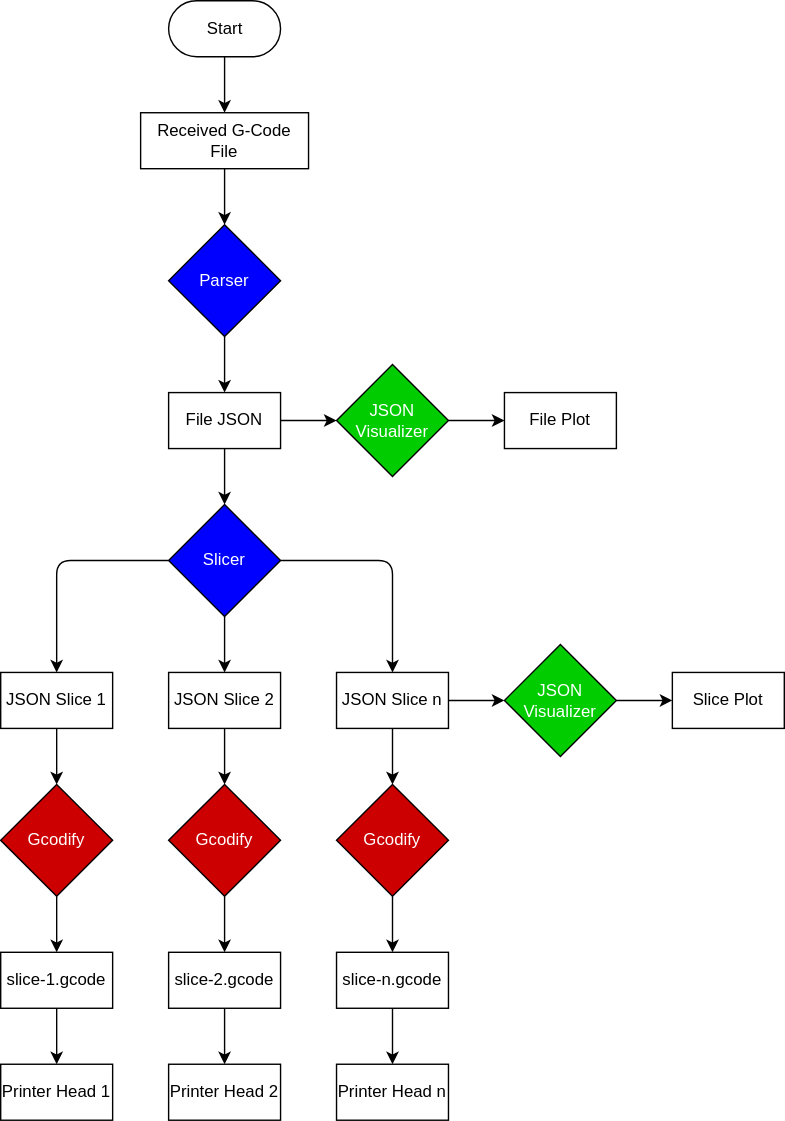
This is documentation/Flowchart.svg from antoniopgs/FabInventors, a draw.io export, as it was before one commit. Source tidied: cells renumbered, new cells last; positions are measured from the earlier drawing's top-left corner, leaving out a move shared by most shapes. Source of this version:
```xml
<mxGraphModel>
  <root>
    <mxCell id="0" />
    <mxCell id="1" parent="0" />
    <mxCell id="2" style="group;" parent="1" vertex="1">
      <mxGeometry width="560" height="800" as="geometry" />
    </mxCell>
    <mxCell id="3" value="Start" style="html=1;dashed=0;whitespace=wrap;shape=mxgraph.dfd.start;" parent="2" vertex="1">
      <mxGeometry x="120" width="80" height="40" as="geometry" />
    </mxCell>
    <mxCell id="4" style="endArrow=classic;html=1;entryX=0.5;entryY=0;entryDx=0;entryDy=0;exitX=0.5;exitY=0.5;exitDx=0;exitDy=20;exitPerimeter=0;" parent="2" edge="1" source="3" target="5">
      <mxGeometry relative="1" as="geometry" />
    </mxCell>
    <mxCell id="5" value="Received G-Code File" style="rounded=0;whiteSpace=wrap;html=1;" parent="2" vertex="1">
      <mxGeometry x="100" y="80" width="120" height="40" as="geometry" />
    </mxCell>
    <mxCell id="6" style="endArrow=classic;html=1;fontColor=#FFFFFF;exitX=0.5;exitY=1;exitDx=0;exitDy=0;entryX=0.5;entryY=0;entryDx=0;entryDy=0;" parent="2" edge="1" source="5" target="7">
      <mxGeometry relative="1" as="geometry" />
    </mxCell>
    <mxCell id="7" value="&lt;font style=&quot;font-size: 12px&quot;&gt;Parser&lt;/font&gt;" style="rhombus;whiteSpace=wrap;html=1;fillColor=#0000FF;fontColor=#FFFFFF;" parent="2" vertex="1">
      <mxGeometry x="120" y="160" width="80" height="80" as="geometry" />
    </mxCell>
    <mxCell id="8" value="&lt;font style=&quot;font-size: 12px&quot;&gt;JSON&lt;br&gt;Visualizer&lt;/font&gt;" style="rhombus;whiteSpace=wrap;html=1;fontColor=#FFFFFF;fillColor=#00CC00;" parent="2" vertex="1">
      <mxGeometry x="240" y="260" width="80" height="80" as="geometry" />
    </mxCell>
    <mxCell id="9" value="&lt;font style=&quot;font-size: 12px&quot;&gt;File Plot&lt;/font&gt;" style="rounded=0;whiteSpace=wrap;html=1;" parent="2" vertex="1">
      <mxGeometry x="360" y="280" width="80" height="40" as="geometry" />
    </mxCell>
    <mxCell id="10" value="&lt;font style=&quot;font-size: 12px&quot;&gt;File JSON&lt;/font&gt;" style="rounded=0;whiteSpace=wrap;html=1;" parent="2" vertex="1">
      <mxGeometry x="120" y="280" width="80" height="40" as="geometry" />
    </mxCell>
    <mxCell id="11" style="endArrow=classic;html=1;fontColor=#FFFFFF;exitX=0.5;exitY=1;exitDx=0;exitDy=0;entryX=0.5;entryY=0;entryDx=0;entryDy=0;" parent="2" edge="1" source="7" target="10">
      <mxGeometry relative="1" as="geometry" />
    </mxCell>
    <mxCell id="12" style="endArrow=classic;html=1;fontColor=#FFFFFF;exitX=1;exitY=0.5;exitDx=0;exitDy=0;entryX=0;entryY=0.5;entryDx=0;entryDy=0;" parent="2" edge="1" source="10" target="8">
      <mxGeometry relative="1" as="geometry" />
    </mxCell>
    <mxCell id="13" style="endArrow=classic;html=1;fontColor=#FFFFFF;exitX=1;exitY=0.5;exitDx=0;exitDy=0;entryX=0;entryY=0.5;entryDx=0;entryDy=0;" parent="2" edge="1" source="8" target="9">
      <mxGeometry relative="1" as="geometry" />
    </mxCell>
    <mxCell id="14" value="&lt;font style=&quot;font-size: 12px&quot;&gt;Slicer&lt;/font&gt;" style="rhombus;whiteSpace=wrap;html=1;fontColor=#FFFFFF;fillColor=#0000FF;" parent="2" vertex="1">
      <mxGeometry x="120" y="360" width="80" height="80" as="geometry" />
    </mxCell>
    <mxCell id="15" value="&lt;font style=&quot;font-size: 12px&quot;&gt;JSON Slice 1&lt;/font&gt;" style="rounded=0;whiteSpace=wrap;html=1;" parent="2" vertex="1">
      <mxGeometry y="480" width="80" height="40" as="geometry" />
    </mxCell>
    <mxCell id="16" value="&lt;font&gt;&lt;font style=&quot;font-size: 12px&quot;&gt;JSON Slice 2&lt;/font&gt;&lt;br&gt;&lt;/font&gt;" style="rounded=0;whiteSpace=wrap;html=1;" parent="2" vertex="1">
      <mxGeometry x="120" y="480" width="80" height="40" as="geometry" />
    </mxCell>
    <mxCell id="17" value="&lt;font&gt;&lt;font style=&quot;font-size: 12px&quot;&gt;JSON Slice n&lt;/font&gt;&lt;br&gt;&lt;/font&gt;" style="rounded=0;whiteSpace=wrap;html=1;" parent="2" vertex="1">
      <mxGeometry x="240" y="480" width="80" height="40" as="geometry" />
    </mxCell>
    <mxCell id="18" style="endArrow=classic;html=1;fontColor=#FFFFFF;exitX=0.5;exitY=1;exitDx=0;exitDy=0;entryX=0.5;entryY=0;entryDx=0;entryDy=0;" parent="2" edge="1" source="14" target="16">
      <mxGeometry relative="1" as="geometry" />
    </mxCell>
    <mxCell id="19" style="endArrow=classic;html=1;fontColor=#FFFFFF;exitX=0;exitY=0.5;exitDx=0;exitDy=0;entryX=0.5;entryY=0;entryDx=0;entryDy=0;" parent="2" edge="1" source="14" target="15">
      <mxGeometry relative="1" as="geometry">
        <Array as="points">
          <mxPoint x="40" y="400" />
        </Array>
      </mxGeometry>
    </mxCell>
    <mxCell id="20" style="endArrow=classic;html=1;fontColor=#FFFFFF;exitX=1;exitY=0.5;exitDx=0;exitDy=0;entryX=0.5;entryY=0;entryDx=0;entryDy=0;" parent="2" edge="1" source="14" target="17">
      <mxGeometry relative="1" as="geometry">
        <Array as="points">
          <mxPoint x="280" y="400" />
        </Array>
      </mxGeometry>
    </mxCell>
    <mxCell id="21" value="&lt;font style=&quot;font-size: 12px&quot;&gt;Gcodify&lt;br&gt;&lt;/font&gt;" style="rhombus;whiteSpace=wrap;html=1;fontColor=#FFFFFF;fillColor=#CC0000;" parent="2" vertex="1">
      <mxGeometry y="560" width="80" height="80" as="geometry" />
    </mxCell>
    <mxCell id="22" style="endArrow=classic;html=1;fontColor=#FFFFFF;exitX=0.5;exitY=1;exitDx=0;exitDy=0;entryX=0.5;entryY=0;entryDx=0;entryDy=0;" parent="2" edge="1" source="16" target="38">
      <mxGeometry relative="1" as="geometry" />
    </mxCell>
    <mxCell id="23" style="endArrow=classic;html=1;fontColor=#FFFFFF;exitX=0.5;exitY=1;exitDx=0;exitDy=0;entryX=0.5;entryY=0;entryDx=0;entryDy=0;" parent="2" edge="1" source="17" target="39">
      <mxGeometry relative="1" as="geometry" />
    </mxCell>
    <mxCell id="24" style="endArrow=classic;html=1;fontColor=#FFFFFF;exitX=0.5;exitY=1;exitDx=0;exitDy=0;entryX=0.5;entryY=0;entryDx=0;entryDy=0;" parent="2" edge="1" source="15" target="21">
      <mxGeometry relative="1" as="geometry" />
    </mxCell>
    <mxCell id="25" value="&lt;font style=&quot;font-size: 12px&quot;&gt;slice-1.gcode&lt;/font&gt;" style="rounded=0;whiteSpace=wrap;html=1;" parent="2" vertex="1">
      <mxGeometry y="680" width="80" height="40" as="geometry" />
    </mxCell>
    <mxCell id="26" value="&lt;font style=&quot;font-size: 12px&quot;&gt;slice-2.gcode&lt;/font&gt;" style="rounded=0;whiteSpace=wrap;html=1;" parent="2" vertex="1">
      <mxGeometry x="120" y="680" width="80" height="40" as="geometry" />
    </mxCell>
    <mxCell id="27" value="&lt;font style=&quot;font-size: 12px&quot;&gt;slice-n.gcode&lt;/font&gt;" style="rounded=0;whiteSpace=wrap;html=1;" parent="2" vertex="1">
      <mxGeometry x="240" y="680" width="80" height="40" as="geometry" />
    </mxCell>
    <mxCell id="28" style="endArrow=classic;html=1;fontColor=#FFFFFF;exitX=0.5;exitY=1;exitDx=0;exitDy=0;entryX=0.5;entryY=0;entryDx=0;entryDy=0;" parent="2" edge="1" source="21" target="25">
      <mxGeometry relative="1" as="geometry" />
    </mxCell>
    <mxCell id="29" style="endArrow=classic;html=1;fontColor=#FFFFFF;exitX=0.5;exitY=1;exitDx=0;exitDy=0;entryX=0.5;entryY=0;entryDx=0;entryDy=0;" parent="2" edge="1" source="38" target="26">
      <mxGeometry relative="1" as="geometry" />
    </mxCell>
    <mxCell id="30" style="endArrow=classic;html=1;fontColor=#FFFFFF;exitX=0.5;exitY=1;exitDx=0;exitDy=0;entryX=0.5;entryY=0;entryDx=0;entryDy=0;" parent="2" edge="1" source="39" target="27">
      <mxGeometry relative="1" as="geometry" />
    </mxCell>
    <mxCell id="31" value="&lt;font style=&quot;font-size: 12px&quot;&gt;Printer Head 1&lt;/font&gt;" style="rounded=0;whiteSpace=wrap;html=1;" parent="2" vertex="1">
      <mxGeometry y="760" width="80" height="40" as="geometry" />
    </mxCell>
    <mxCell id="32" value="&lt;font style=&quot;font-size: 12px&quot;&gt;Printer Head 2&lt;/font&gt;" style="rounded=0;whiteSpace=wrap;html=1;" parent="2" vertex="1">
      <mxGeometry x="120" y="760" width="80" height="40" as="geometry" />
    </mxCell>
    <mxCell id="33" value="&lt;font&gt;&lt;font style=&quot;font-size: 12px&quot;&gt;Printer Head n&lt;/font&gt;&lt;br&gt;&lt;/font&gt;" style="rounded=0;whiteSpace=wrap;html=1;" parent="2" vertex="1">
      <mxGeometry x="240" y="760" width="80" height="40" as="geometry" />
    </mxCell>
    <mxCell id="34" style="endArrow=classic;html=1;fontColor=#FFFFFF;exitX=0.5;exitY=1;exitDx=0;exitDy=0;entryX=0.5;entryY=0;entryDx=0;entryDy=0;" parent="2" edge="1" source="25" target="31">
      <mxGeometry relative="1" as="geometry" />
    </mxCell>
    <mxCell id="35" style="endArrow=classic;html=1;fontColor=#FFFFFF;exitX=0.5;exitY=1;exitDx=0;exitDy=0;entryX=0.5;entryY=0;entryDx=0;entryDy=0;" parent="2" edge="1" source="26" target="32">
      <mxGeometry relative="1" as="geometry" />
    </mxCell>
    <mxCell id="36" style="endArrow=classic;html=1;fontColor=#FFFFFF;exitX=0.5;exitY=1;exitDx=0;exitDy=0;entryX=0.5;entryY=0;entryDx=0;entryDy=0;" parent="2" edge="1" source="27" target="33">
      <mxGeometry relative="1" as="geometry" />
    </mxCell>
    <mxCell id="37" style="endArrow=classic;html=1;fontColor=#FFFFFF;exitX=0.5;exitY=1;exitDx=0;exitDy=0;entryX=0.5;entryY=0;entryDx=0;entryDy=0;" parent="2" edge="1" source="10" target="14">
      <mxGeometry relative="1" as="geometry" />
    </mxCell>
    <mxCell id="38" value="&lt;font style=&quot;font-size: 12px&quot;&gt;Gcodify&lt;br&gt;&lt;/font&gt;" style="rhombus;whiteSpace=wrap;html=1;fontColor=#FFFFFF;fillColor=#CC0000;" parent="2" vertex="1">
      <mxGeometry x="120" y="560" width="80" height="80" as="geometry" />
    </mxCell>
    <mxCell id="39" value="&lt;font style=&quot;font-size: 12px&quot;&gt;Gcodify&lt;br&gt;&lt;/font&gt;" style="rhombus;whiteSpace=wrap;html=1;fontColor=#FFFFFF;fillColor=#CC0000;" parent="2" vertex="1">
      <mxGeometry x="240" y="560" width="80" height="80" as="geometry" />
    </mxCell>
    <mxCell id="40" style="endArrow=classic;html=1;fontColor=#FFFFFF;exitX=1;exitY=0.5;exitDx=0;exitDy=0;entryX=0;entryY=0.5;entryDx=0;entryDy=0;" parent="2" edge="1" source="17" target="41">
      <mxGeometry relative="1" as="geometry" />
    </mxCell>
    <mxCell id="41" value="&lt;font style=&quot;font-size: 12px&quot;&gt;JSON&lt;br&gt;Visualizer&lt;/font&gt;" style="rhombus;whiteSpace=wrap;html=1;fontColor=#FFFFFF;fillColor=#00CC00;" parent="2" vertex="1">
      <mxGeometry x="360" y="460" width="80" height="80" as="geometry" />
    </mxCell>
    <mxCell id="42" style="endArrow=classic;html=1;fontColor=#FFFFFF;exitX=1;exitY=0.5;exitDx=0;exitDy=0;entryX=0;entryY=0.5;entryDx=0;entryDy=0;" parent="2" edge="1" source="41" target="43">
      <mxGeometry relative="1" as="geometry" />
    </mxCell>
    <mxCell id="43" value="Slice Plot" style="rounded=0;whiteSpace=wrap;html=1;" parent="2" vertex="1">
      <mxGeometry x="480" y="480" width="80" height="40" as="geometry" />
    </mxCell>
  </root>
</mxGraphModel>
```
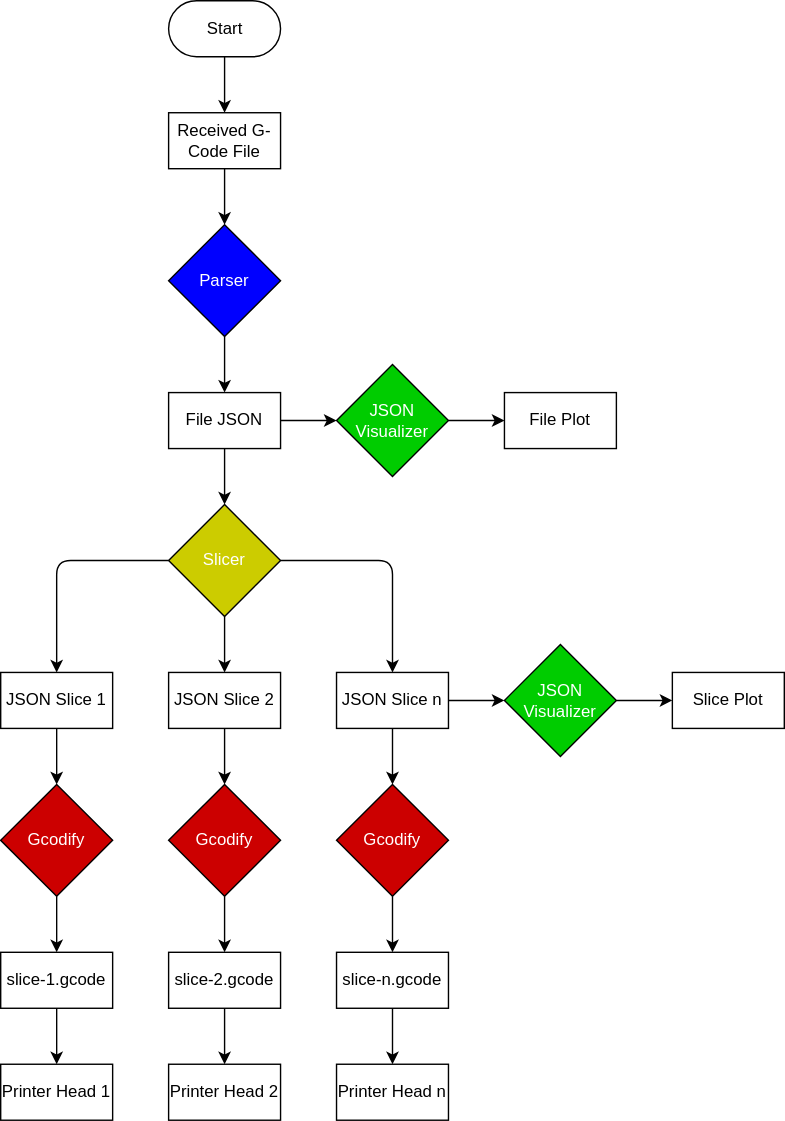
After the commit.

Change to the diagram source:
```diff
@@ -12,7 +12,7 @@
       <mxGeometry relative="1" as="geometry" />
     </mxCell>
     <mxCell id="5" value="Received G-Code File" style="rounded=0;whiteSpace=wrap;html=1;" parent="2" vertex="1">
-      <mxGeometry x="100" y="80" width="120" height="40" as="geometry" />
+      <mxGeometry x="120" y="80" width="80" height="40" as="geometry" />
     </mxCell>
     <mxCell id="6" style="endArrow=classic;html=1;fontColor=#FFFFFF;exitX=0.5;exitY=1;exitDx=0;exitDy=0;entryX=0.5;entryY=0;entryDx=0;entryDy=0;" parent="2" edge="1" source="5" target="7">
       <mxGeometry relative="1" as="geometry" />
@@ -38,7 +38,7 @@
     <mxCell id="13" style="endArrow=classic;html=1;fontColor=#FFFFFF;exitX=1;exitY=0.5;exitDx=0;exitDy=0;entryX=0;entryY=0.5;entryDx=0;entryDy=0;" parent="2" edge="1" source="8" target="9">
       <mxGeometry relative="1" as="geometry" />
     </mxCell>
-    <mxCell id="14" value="&lt;font style=&quot;font-size: 12px&quot;&gt;Slicer&lt;/font&gt;" style="rhombus;whiteSpace=wrap;html=1;fontColor=#FFFFFF;fillColor=#0000FF;" parent="2" vertex="1">
+    <mxCell id="14" value="&lt;font style=&quot;font-size: 12px&quot;&gt;Slicer&lt;/font&gt;" style="rhombus;whiteSpace=wrap;html=1;fontColor=#FFFFFF;fillColor=#CCCC00;" parent="2" vertex="1">
       <mxGeometry x="120" y="360" width="80" height="80" as="geometry" />
     </mxCell>
     <mxCell id="15" value="&lt;font style=&quot;font-size: 12px&quot;&gt;JSON Slice 1&lt;/font&gt;" style="rounded=0;whiteSpace=wrap;html=1;" parent="2" vertex="1">
```
